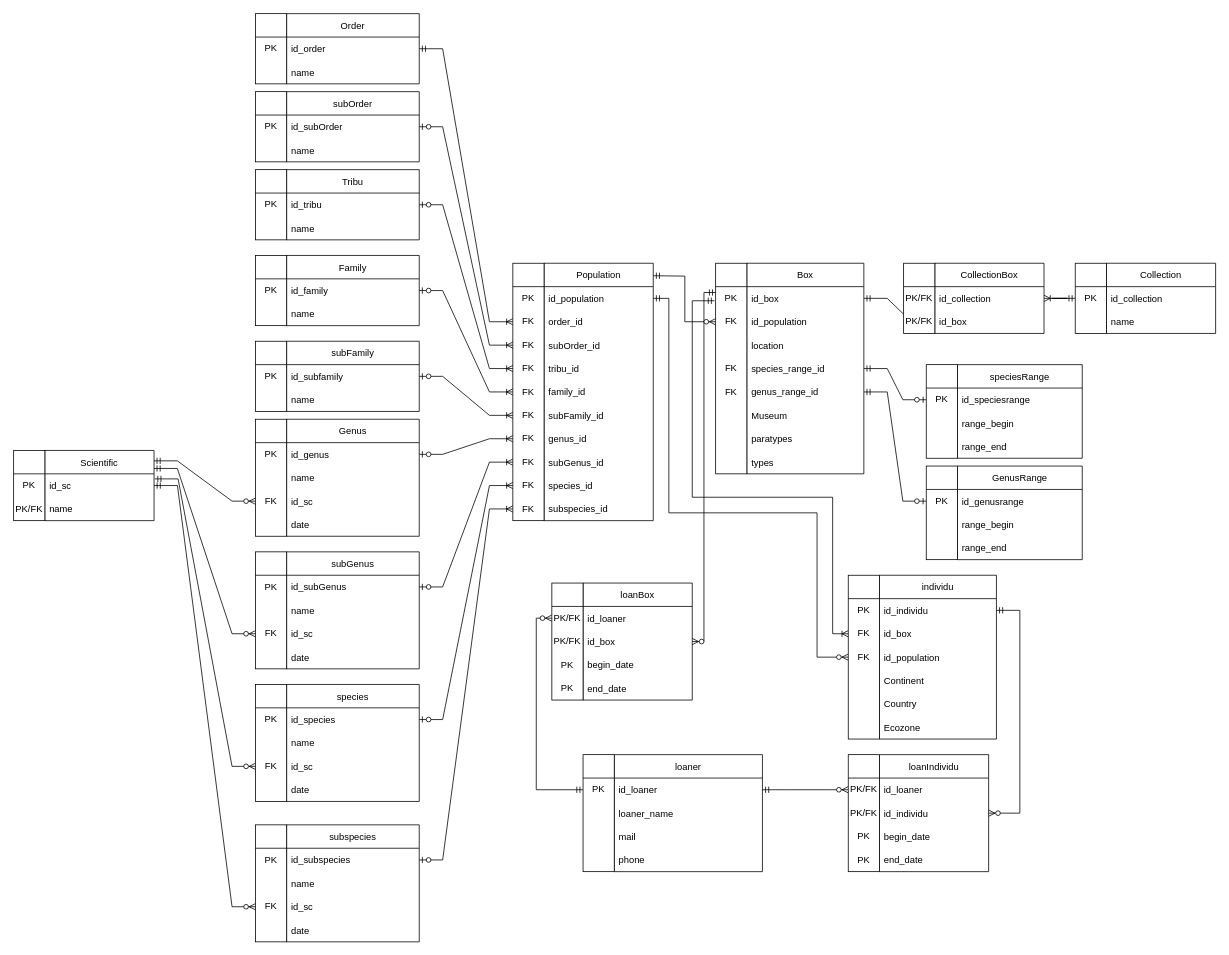
Earlier version of the draw.io diagram page "Logical" (2 of 3) of Diagramme/physical.drawio (Simon13411/Memoire). Source tidied: cells renumbered, new cells numbered last; positions are measured from the earlier drawing's top-left corner, leaving out a move shared by most shapes. Both pictures are drawn from the tidied source at 78%, with x=0, y=0 at pixel (13, 13).
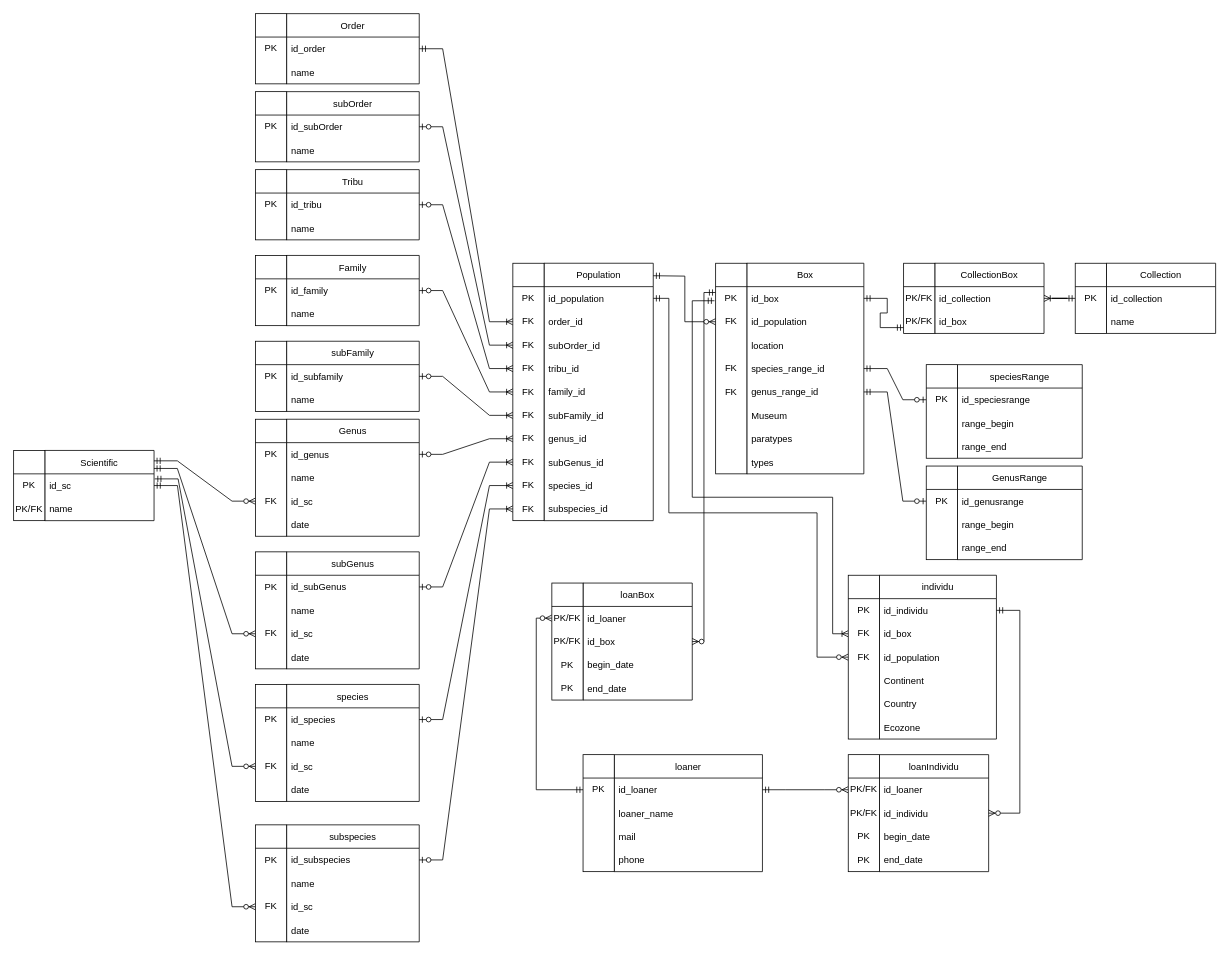
Above is the later version.

Unchanged cells that the change refers to:
```xml
<mxCell id="28" value="id_box" style="text;strokeColor=none;fillColor=none;align=left;verticalAlign=middle;spacingLeft=4;spacingRight=4;overflow=hidden;points=[[0,0.5],[1,0.5]];portConstraint=eastwest;fontStyle=0;" parent="27" vertex="1">
  <mxGeometry y="30" width="150" height="30" as="geometry" />
</mxCell>
<mxCell id="50" value="id_box" style="text;strokeColor=none;fillColor=none;align=left;verticalAlign=middle;spacingLeft=4;spacingRight=4;overflow=hidden;points=[[0,0.5],[1,0.5]];portConstraint=eastwest;fontStyle=0;" parent="48" vertex="1">
  <mxGeometry y="60" width="140" height="30" as="geometry" />
</mxCell>
<mxCell id="177" value="PK/FK" style="text;html=1;strokeColor=none;fillColor=none;align=center;verticalAlign=middle;whiteSpace=wrap;rounded=0;" parent="1" vertex="1">
  <mxGeometry x="1141" y="380" width="40" height="30" as="geometry" />
</mxCell>
```

The edit, as a diff of the source:
```diff
@@
-    <mxCell id="101" style="edgeStyle=entityRelationEdgeStyle;fontSize=12;html=1;endArrow=ERmandOne;startArrow=ERmandOne;rounded=0;entryX=0;entryY=0.5;entryDx=0;entryDy=0;exitX=1;exitY=0.5;exitDx=0;exitDy=0;" parent="1" edge="1" source="28" target="50">
+    <mxCell id="101" style="edgeStyle=entityRelationEdgeStyle;fontSize=12;html=1;endArrow=ERmandOne;startArrow=ERmandOne;rounded=0;entryX=0;entryY=0.75;entryDx=0;entryDy=0;exitX=1;exitY=0.5;exitDx=0;exitDy=0;" parent="1" edge="1" source="28" target="177">
       <mxGeometry relative="1" as="geometry" />
     </mxCell>
```
